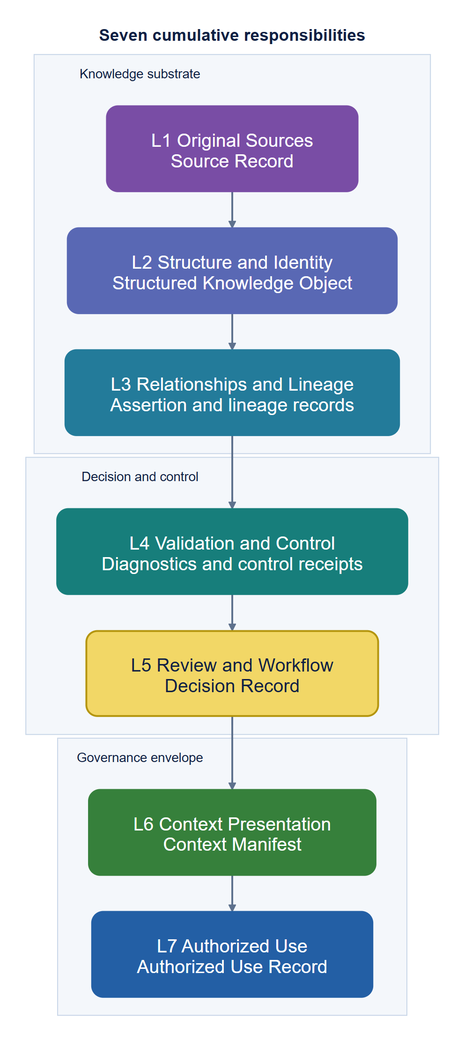
This is graphics/diagrams/gkos-layer-responsibilities.png from Odenknight/gkos-standard, a Mermaid export, as it was before one commit. Its source is kept beside it as graphics/diagrams/gkos-layer-responsibilities.mmd.
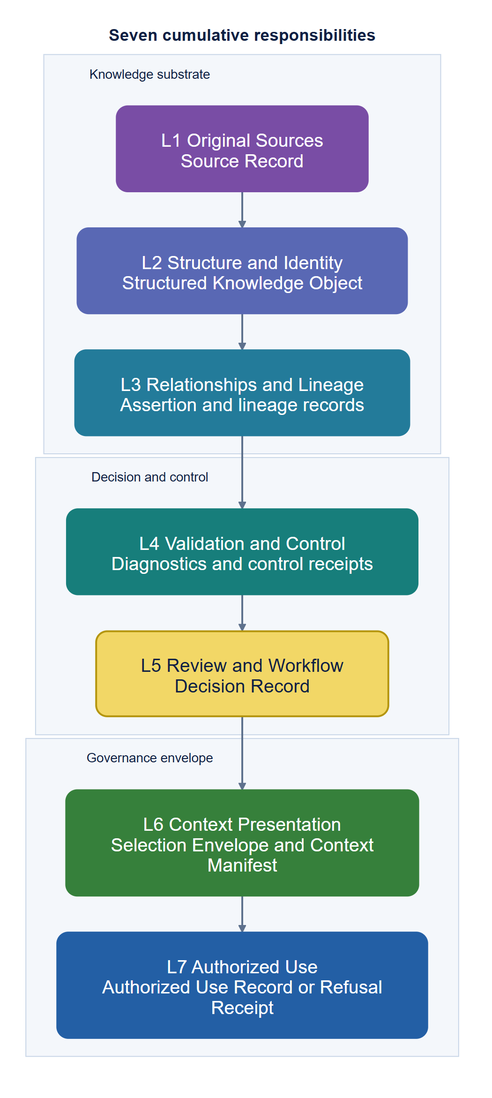
Later version of the same file.

Diff of the diagram source:
```diff
@@ -3,10 +3,10 @@
 ---
 flowchart TB
     accTitle: GKOS layer responsibilities and governing records
-    accDescr: Original Sources produce a Source Record, Structure and Identity a Structured Knowledge Object, and Relationships and Lineage assertion and lineage records. Validation and Control produces diagnostics and control receipts, Review and Workflow a Decision Record, Context Presentation a Context Manifest, and Authorized Use an Authorized Use Record. These cumulative responsibilities are grouped into knowledge substrate, decision and control, and governance envelope; they are not a mandatory synchronous pipeline.
+    accDescr: Original Sources produce a Source Record, Structure and Identity a Structured Knowledge Object, and Relationships and Lineage assertion and lineage records. Validation and Control produces diagnostics and control receipts, Review and Workflow a Decision Record, Context Presentation a Context Manifest, and Authorized Use an Authorized Use Record or Refusal Receipt. These cumulative responsibilities are grouped into knowledge substrate, decision and control, and governance envelope; they are not a mandatory synchronous pipeline.
     subgraph GOV["Governance envelope"]
-        L7["L7 Authorized Use<br/>Authorized Use Record"]
-        L6["L6 Context Presentation<br/>Context Manifest"]
+        L7["L7 Authorized Use<br/>Authorized Use Record or Refusal Receipt"]
+        L6["L6 Context Presentation<br/>Selection Envelope and Context Manifest"]
     end
     subgraph REASON["Decision and control"]
         L5["L5 Review and Workflow<br/>Decision Record"]
```
